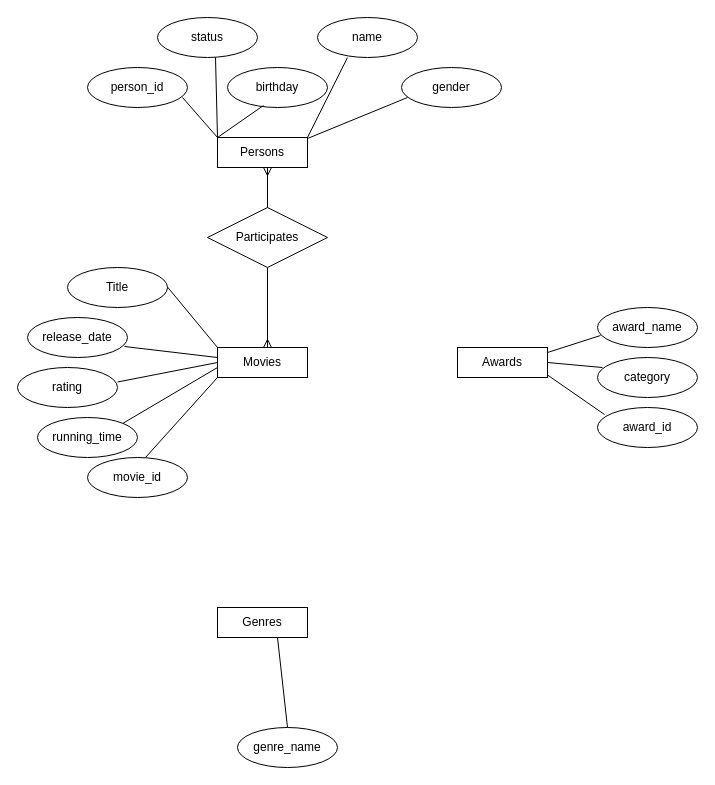
Earlier version of the draw.io diagram Untitled Diagram.drawio (Dod900ls1/SQLiteProject). Source tidied: cells renumbered, new cells numbered last; positions are measured from the earlier drawing's top-left corner, leaving out a move shared by most shapes. Both pictures are drawn from the tidied source at 100%, with x=0, y=0 at pixel (17, 17).
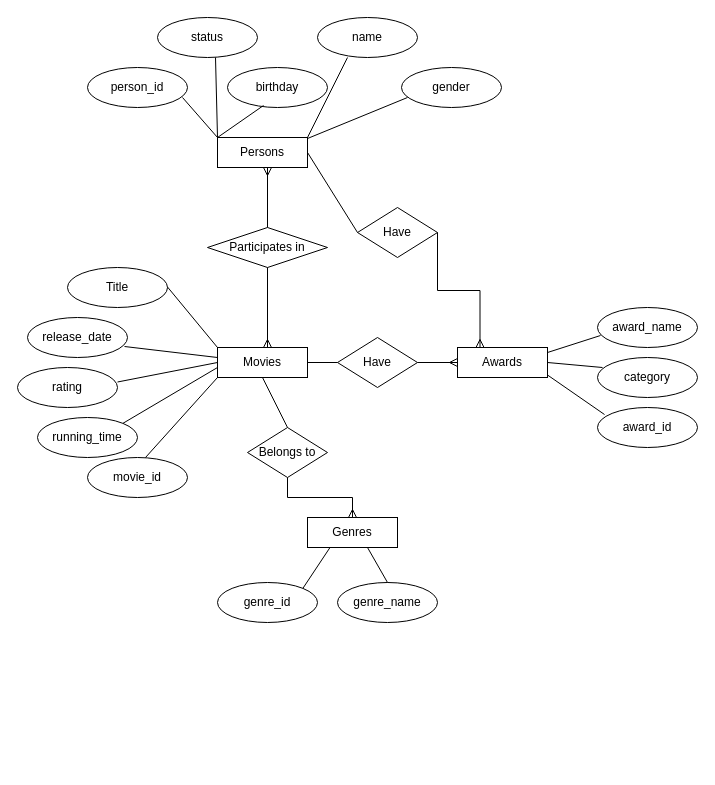
The same diagram, later.

The change refers to these unchanged cells:
```xml
<mxCell id="3" value="Movies" style="whiteSpace=wrap;html=1;align=center;" parent="1" vertex="1">
  <mxGeometry x="200" y="330" width="90" height="30" as="geometry" />
</mxCell>
<mxCell id="4" value="Awards" style="whiteSpace=wrap;html=1;align=center;" parent="1" vertex="1">
  <mxGeometry x="440" y="330" width="90" height="30" as="geometry" />
</mxCell>
<mxCell id="5" value="Persons" style="whiteSpace=wrap;html=1;align=center;" parent="1" vertex="1">
  <mxGeometry x="200" y="120" width="90" height="30" as="geometry" />
</mxCell>
```

Diff of the diagram source:
```diff
@@
     <mxCell id="2" value="Genres" style="whiteSpace=wrap;html=1;align=center;" parent="1" vertex="1">
-      <mxGeometry x="200" y="590" width="90" height="30" as="geometry" />
+      <mxGeometry x="290" y="500" width="90" height="30" as="geometry" />
     </mxCell>
@@
     <mxCell id="6" value="genre_name" style="ellipse;whiteSpace=wrap;html=1;align=center;" parent="1" vertex="1">
-      <mxGeometry x="220" y="710" width="100" height="40" as="geometry" />
+      <mxGeometry x="320" y="565" width="100" height="40" as="geometry" />
     </mxCell>
     <mxCell id="7" style="endArrow=none;html=1;rounded=0;entryX=0.5;entryY=0;entryDx=0;entryDy=0;" parent="1" edge="1" target="6">
       <mxGeometry relative="1" as="geometry">
-        <mxPoint x="260" y="620" as="sourcePoint" />
+        <mxPoint x="350" y="530" as="sourcePoint" />
       </mxGeometry>
     </mxCell>
@@
-    <mxCell id="34" value="Participates" style="shape=rhombus;perimeter=rhombusPerimeter;whiteSpace=wrap;html=1;align=center;" parent="1" vertex="1">
-      <mxGeometry x="190" y="190" width="120" height="60" as="geometry" />
+    <mxCell id="34" value="Participates in" style="shape=rhombus;perimeter=rhombusPerimeter;whiteSpace=wrap;html=1;align=center;" parent="1" vertex="1">
+      <mxGeometry x="190" y="210" width="120" height="40" as="geometry" />
     </mxCell>
@@
+    <mxCell id="37" value="Have" style="shape=rhombus;perimeter=rhombusPerimeter;whiteSpace=wrap;html=1;align=center;" parent="1" vertex="1">
+      <mxGeometry x="320" y="320" width="80" height="50" as="geometry" />
+    </mxCell>
+    <mxCell id="38" style="endArrow=none;html=1;rounded=0;exitX=1;exitY=0.5;exitDx=0;exitDy=0;entryX=0;entryY=0.5;entryDx=0;entryDy=0;" parent="1" edge="1" source="3" target="37">
+      <mxGeometry relative="1" as="geometry" />
+    </mxCell>
+    <mxCell id="39" style="edgeStyle=entityRelationEdgeStyle;fontSize=12;html=1;endArrow=ERmany;rounded=0;entryX=0;entryY=0.5;entryDx=0;entryDy=0;exitX=1;exitY=0.5;exitDx=0;exitDy=0;" parent="1" edge="1" source="37" target="4">
+      <mxGeometry relative="1" as="geometry" />
+    </mxCell>
+    <mxCell id="40" value="Have" style="shape=rhombus;perimeter=rhombusPerimeter;whiteSpace=wrap;html=1;align=center;" parent="1" vertex="1">
+      <mxGeometry x="340" y="190" width="80" height="50" as="geometry" />
+    </mxCell>
+    <mxCell id="41" style="endArrow=none;html=1;rounded=0;exitX=1;exitY=0.5;exitDx=0;exitDy=0;entryX=0;entryY=0.5;entryDx=0;entryDy=0;" parent="1" edge="1" source="5" target="40">
+      <mxGeometry relative="1" as="geometry" />
+    </mxCell>
+    <mxCell id="42" style="fontSize=12;html=1;endArrow=ERmany;rounded=0;entryX=0.25;entryY=0;entryDx=0;entryDy=0;exitX=1;exitY=0.5;exitDx=0;exitDy=0;edgeStyle=elbowEdgeStyle;elbow=vertical;" parent="1" edge="1" source="40" target="4">
+      <mxGeometry relative="1" as="geometry" />
+    </mxCell>
+    <mxCell id="43" value="genre_id" style="ellipse;whiteSpace=wrap;html=1;align=center;" parent="1" vertex="1">
+      <mxGeometry x="200" y="565" width="100" height="40" as="geometry" />
+    </mxCell>
+    <mxCell id="44" style="endArrow=none;html=1;rounded=0;entryX=1;entryY=0;entryDx=0;entryDy=0;exitX=0.25;exitY=1;exitDx=0;exitDy=0;" parent="1" edge="1" source="2" target="43">
+      <mxGeometry relative="1" as="geometry" />
+    </mxCell>
+    <mxCell id="45" value="Belongs to" style="shape=rhombus;perimeter=rhombusPerimeter;whiteSpace=wrap;html=1;align=center;" parent="1" vertex="1">
+      <mxGeometry x="230" y="410" width="80" height="50" as="geometry" />
+    </mxCell>
+    <mxCell id="46" style="endArrow=none;html=1;rounded=0;exitX=0.5;exitY=1;exitDx=0;exitDy=0;entryX=0.5;entryY=0;entryDx=0;entryDy=0;" parent="1" edge="1" source="3" target="45">
+      <mxGeometry relative="1" as="geometry" />
+    </mxCell>
+    <mxCell id="47" style="edgeStyle=elbowEdgeStyle;fontSize=12;html=1;endArrow=ERmany;rounded=0;entryX=0.5;entryY=0;entryDx=0;entryDy=0;exitX=0.5;exitY=1;exitDx=0;exitDy=0;elbow=vertical;" parent="1" edge="1" source="45" target="2">
+      <mxGeometry relative="1" as="geometry" />
+    </mxCell>
```
